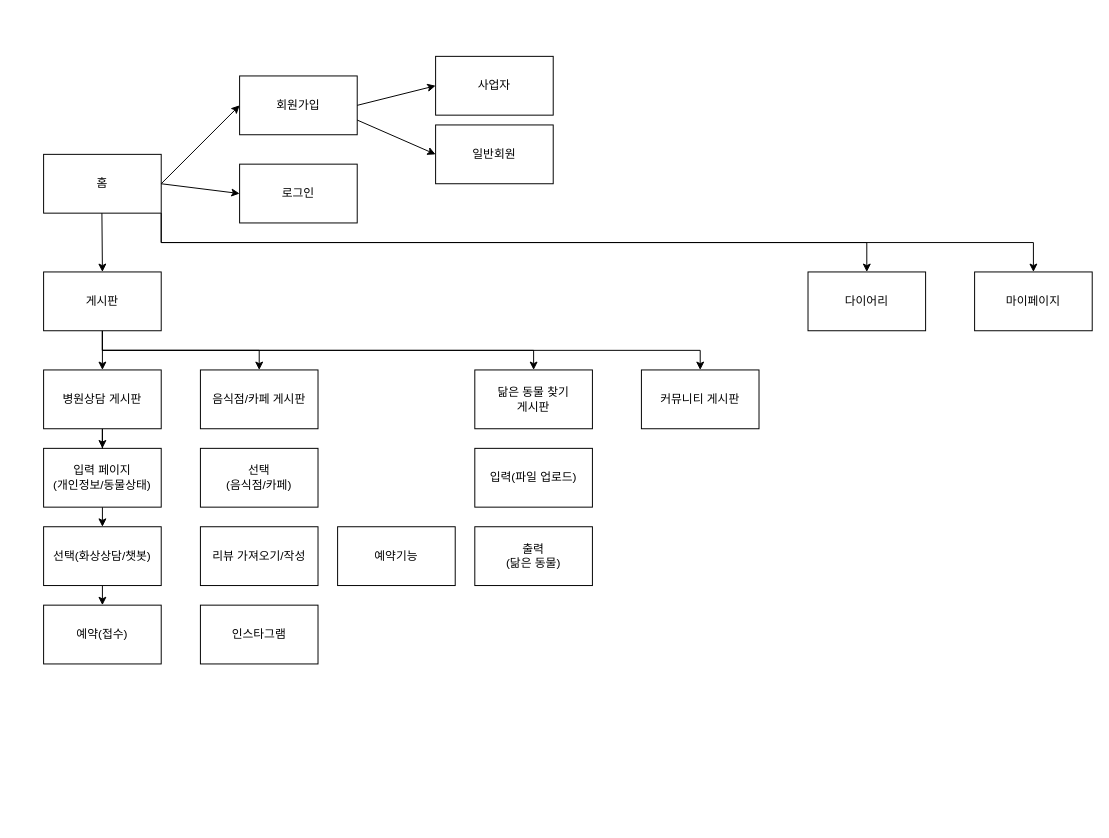
The draw.io diagram page "Page-1" (1 of 2) of Untitled Diagram.drawio in Janggeun-Lee/mygit, before the edit. Source tidied: cells renumbered, new cells numbered last; positions are measured from the earlier drawing's top-left corner, leaving out a move shared by most shapes. Both pictures are drawn from the tidied source at 98%, with x=0, y=0 at pixel (43, 56).
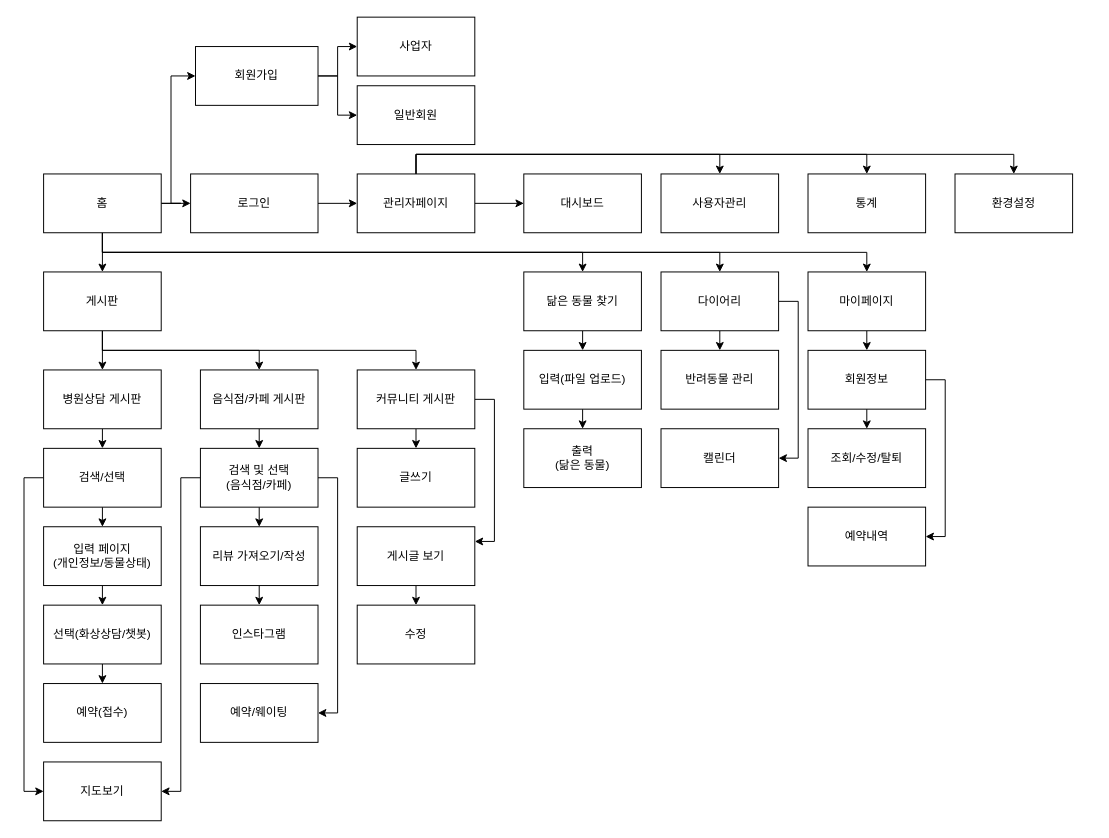
The same diagram, later.

The change refers to these unchanged cells:
```xml
<mxCell id="10" value="게시판" style="rounded=0;whiteSpace=wrap;html=1;" parent="1" vertex="1">
  <mxGeometry y="220" width="120" height="60" as="geometry" />
</mxCell>
<mxCell id="27" value="병원상담 게시판" style="rounded=0;whiteSpace=wrap;html=1;" parent="1" vertex="1">
  <mxGeometry y="320" width="120" height="60" as="geometry" />
</mxCell>
<mxCell id="29" value="인스타그램" style="rounded=0;whiteSpace=wrap;html=1;" parent="1" vertex="1">
  <mxGeometry x="160" y="560" width="120" height="60" as="geometry" />
</mxCell>
<mxCell id="30" value="리뷰 가져오기/작성" style="rounded=0;whiteSpace=wrap;html=1;" parent="1" vertex="1">
  <mxGeometry x="160" y="480" width="120" height="60" as="geometry" />
</mxCell>
<mxCell id="32" value="음식점/카페 게시판" style="rounded=0;whiteSpace=wrap;html=1;" parent="1" vertex="1">
  <mxGeometry x="160" y="320" width="120" height="60" as="geometry" />
</mxCell>
```

The edit, as a diff of the source:
```diff
@@
-    <mxCell id="2" style="edgeStyle=orthogonalEdgeStyle;rounded=0;jettySize=auto;html=1;exitX=1;exitY=1;exitDx=0;exitDy=0;" parent="1" edge="1" source="4" target="20">
+    <mxCell id="2" style="edgeStyle=orthogonalEdgeStyle;rounded=0;jettySize=auto;html=1;exitX=0.5;exitY=1;exitDx=0;exitDy=0;" parent="1" edge="1" source="4" target="20">
       <mxGeometry relative="1" as="geometry" />
     </mxCell>
-    <mxCell id="3" style="edgeStyle=orthogonalEdgeStyle;rounded=0;jettySize=auto;html=1;exitX=1;exitY=1;exitDx=0;exitDy=0;" parent="1" edge="1" source="4" target="21">
+    <mxCell id="3" style="edgeStyle=orthogonalEdgeStyle;rounded=0;jettySize=auto;html=1;exitX=0.5;exitY=1;exitDx=0;exitDy=0;" parent="1" edge="1" source="4" target="21">
       <mxGeometry relative="1" as="geometry" />
     </mxCell>
+    <mxCell id="13" style="edgeStyle=orthogonalEdgeStyle;rounded=0;jettySize=auto;html=1;exitX=1;exitY=0.5;exitDx=0;exitDy=0;" parent="1" edge="1" source="4" target="12">
+      <mxGeometry relative="1" as="geometry" />
+    </mxCell>
+    <mxCell id="38" style="edgeStyle=orthogonalEdgeStyle;rounded=0;jettySize=auto;html=1;exitX=1;exitY=0.5;exitDx=0;exitDy=0;entryX=0;entryY=0.5;entryDx=0;entryDy=0;" parent="1" edge="1" source="4" target="11">
+      <mxGeometry relative="1" as="geometry">
+        <Array as="points">
+          <mxPoint x="130" y="150" />
+          <mxPoint x="130" y="20" />
+        </Array>
+      </mxGeometry>
+    </mxCell>
+    <mxCell id="39" style="edgeStyle=orthogonalEdgeStyle;rounded=0;jettySize=auto;html=1;exitX=0.5;exitY=1;exitDx=0;exitDy=0;entryX=0.5;entryY=0;entryDx=0;entryDy=0;" parent="1" edge="1" source="4" target="10">
+      <mxGeometry relative="1" as="geometry" />
+    </mxCell>
+    <mxCell id="40" style="edgeStyle=orthogonalEdgeStyle;rounded=0;jettySize=auto;html=1;exitX=0.5;exitY=1;exitDx=0;exitDy=0;" parent="1" edge="1" source="4" target="35">
+      <mxGeometry relative="1" as="geometry" />
+    </mxCell>
     <mxCell id="4" value="홈" style="rounded=0;whiteSpace=wrap;html=1;" parent="1" vertex="1">
-      <mxGeometry y="100" width="120" height="60" as="geometry" />
+      <mxGeometry y="120" width="120" height="60" as="geometry" />
     </mxCell>
-    <mxCell id="5" style="endArrow=classic;html=1;" parent="1" edge="1">
-      <mxGeometry relative="1" as="geometry">
-        <mxPoint x="59.5" y="160" as="sourcePoint" />
-        <mxPoint x="59.5" y="220" as="targetPoint" />
-        <Array as="points">
-          <mxPoint x="60" y="220" />
-        </Array>
-      </mxGeometry>
-    </mxCell>
@@
-    <mxCell id="8" style="edgeStyle=orthogonalEdgeStyle;rounded=0;jettySize=auto;html=1;exitX=0.5;exitY=1;exitDx=0;exitDy=0;" parent="1" edge="1" source="10" target="35">
-      <mxGeometry relative="1" as="geometry" />
-    </mxCell>
-    <mxCell id="9" style="edgeStyle=orthogonalEdgeStyle;rounded=0;jettySize=auto;html=1;exitX=0.5;exitY=1;exitDx=0;exitDy=0;entryX=0.5;entryY=0;entryDx=0;entryDy=0;" parent="1" edge="1" source="10" target="37">
+    <mxCell id="9" style="edgeStyle=orthogonalEdgeStyle;rounded=0;jettySize=auto;html=1;exitX=0.5;exitY=1;exitDx=0;exitDy=0;" parent="1" edge="1" source="10" target="37">
       <mxGeometry relative="1" as="geometry" />
     </mxCell>
@@
-    <mxCell id="11" value="회원가입" style="rounded=0;whiteSpace=wrap;html=1;" parent="1" vertex="1">
-      <mxGeometry x="200" y="20" width="120" height="60" as="geometry" />
-    </mxCell>
-    <mxCell id="12" value="로그인" style="rounded=0;whiteSpace=wrap;html=1;" parent="1" vertex="1">
-      <mxGeometry x="200" y="110" width="120" height="60" as="geometry" />
-    </mxCell>
-    <mxCell id="13" style="endArrow=classic;html=1;exitX=1;exitY=0.5;exitDx=0;exitDy=0;entryX=0;entryY=0.5;entryDx=0;entryDy=0;" parent="1" edge="1" source="4" target="12">
-      <mxGeometry relative="1" as="geometry" />
-    </mxCell>
-    <mxCell id="14" style="endArrow=classic;html=1;entryX=0;entryY=0.5;entryDx=0;entryDy=0;" parent="1" edge="1" target="11">
-      <mxGeometry relative="1" as="geometry">
-        <mxPoint x="120" y="130" as="sourcePoint" />
-      </mxGeometry>
-    </mxCell>
-    <mxCell id="15" style="edgeStyle=orthogonalEdgeStyle;rounded=0;orthogonalLoop=1;jettySize=auto;html=1;exitX=0.5;exitY=1;exitDx=0;exitDy=0;" parent="1" edge="1" source="12" target="12">
-      <mxGeometry relative="1" as="geometry" />
-    </mxCell>
-    <mxCell id="16" style="endArrow=classic;html=1;exitX=1;exitY=0.5;exitDx=0;exitDy=0;entryX=0;entryY=0.5;entryDx=0;entryDy=0;" parent="1" edge="1" source="11" target="18">
+    <mxCell id="16" style="edgeStyle=orthogonalEdgeStyle;rounded=0;jettySize=auto;html=1;exitX=1;exitY=0.5;exitDx=0;exitDy=0;entryX=0;entryY=0.5;entryDx=0;entryDy=0;" parent="1" edge="1" source="11" target="18">
       <mxGeometry relative="1" as="geometry" />
     </mxCell>
-    <mxCell id="17" style="endArrow=classic;html=1;exitX=1;exitY=0.75;exitDx=0;exitDy=0;entryX=0;entryY=0.5;entryDx=0;entryDy=0;" parent="1" edge="1" source="11" target="19">
+    <mxCell id="17" style="edgeStyle=orthogonalEdgeStyle;rounded=0;jettySize=auto;html=1;exitX=1;exitY=0.5;exitDx=0;exitDy=0;entryX=0;entryY=0.5;entryDx=0;entryDy=0;" parent="1" edge="1" source="11" target="19">
       <mxGeometry relative="1" as="geometry" />
     </mxCell>
+    <mxCell id="11" value="회원가입" style="rounded=0;whiteSpace=wrap;html=1;" parent="1" vertex="1">
+      <mxGeometry x="155" y="-10" width="125" height="60" as="geometry" />
+    </mxCell>
+    <mxCell id="41" style="edgeStyle=orthogonalEdgeStyle;rounded=0;jettySize=auto;html=1;exitX=1;exitY=0.5;exitDx=0;exitDy=0;entryX=0;entryY=0.5;entryDx=0;entryDy=0;" parent="1" edge="1" source="12" target="69">
+      <mxGeometry relative="1" as="geometry" />
+    </mxCell>
+    <mxCell id="12" value="로그인" style="rounded=0;whiteSpace=wrap;html=1;" parent="1" vertex="1">
+      <mxGeometry x="150" y="120" width="130" height="60" as="geometry" />
+    </mxCell>
+    <mxCell id="15" style="edgeStyle=orthogonalEdgeStyle;rounded=0;orthogonalLoop=1;jettySize=auto;html=1;exitX=0.5;exitY=1;exitDx=0;exitDy=0;" parent="1" edge="1" source="12" target="12">
+      <mxGeometry relative="1" as="geometry" />
+    </mxCell>
     <mxCell id="18" value="사업자" style="rounded=0;whiteSpace=wrap;html=1;" parent="1" vertex="1">
-      <mxGeometry x="400" width="120" height="60" as="geometry" />
+      <mxGeometry x="320" y="-40" width="120" height="60" as="geometry" />
     </mxCell>
     <mxCell id="19" value="일반회원" style="rounded=0;whiteSpace=wrap;html=1;" parent="1" vertex="1">
-      <mxGeometry x="400" y="70" width="120" height="60" as="geometry" />
+      <mxGeometry x="320" y="30" width="120" height="60" as="geometry" />
     </mxCell>
+    <mxCell id="42" style="edgeStyle=orthogonalEdgeStyle;rounded=0;jettySize=auto;html=1;exitX=0.5;exitY=1;exitDx=0;exitDy=0;entryX=0.5;entryY=0;entryDx=0;entryDy=0;" parent="1" edge="1" source="20" target="59">
+      <mxGeometry relative="1" as="geometry" />
+    </mxCell>
+    <mxCell id="43" style="edgeStyle=orthogonalEdgeStyle;rounded=0;jettySize=auto;html=1;exitX=1;exitY=0.5;exitDx=0;exitDy=0;entryX=1;entryY=0.5;entryDx=0;entryDy=0;" parent="1" edge="1" source="20" target="74">
+      <mxGeometry relative="1" as="geometry" />
+    </mxCell>
     <mxCell id="20" value="다이어리" style="rounded=0;whiteSpace=wrap;html=1;" parent="1" vertex="1">
-      <mxGeometry x="780" y="220" width="120" height="60" as="geometry" />
+      <mxGeometry x="630" y="220" width="120" height="60" as="geometry" />
     </mxCell>
+    <mxCell id="44" style="edgeStyle=orthogonalEdgeStyle;rounded=0;jettySize=auto;html=1;exitX=0.5;exitY=1;exitDx=0;exitDy=0;entryX=0.5;entryY=0;entryDx=0;entryDy=0;" parent="1" edge="1" source="21" target="62">
+      <mxGeometry relative="1" as="geometry" />
+    </mxCell>
     <mxCell id="21" value="마이페이지" style="rounded=0;whiteSpace=wrap;html=1;" parent="1" vertex="1">
-      <mxGeometry x="950" y="220" width="120" height="60" as="geometry" />
+      <mxGeometry x="780" y="220" width="120" height="60" as="geometry" />
     </mxCell>
@@
     <mxCell id="23" value="선택(화상상담/챗봇)" style="rounded=0;whiteSpace=wrap;html=1;" parent="1" vertex="1">
-      <mxGeometry y="480" width="120" height="60" as="geometry" />
+      <mxGeometry y="560" width="120" height="60" as="geometry" />
     </mxCell>
@@
     <mxCell id="25" value="입력 페이지&lt;br&gt;(개인정보/동물상태)" style="rounded=0;whiteSpace=wrap;html=1;" parent="1" vertex="1">
-      <mxGeometry y="400" width="120" height="60" as="geometry" />
+      <mxGeometry y="480" width="120" height="60" as="geometry" />
     </mxCell>
-    <mxCell id="26" style="edgeStyle=orthogonalEdgeStyle;rounded=0;jettySize=auto;html=1;exitX=0.5;exitY=1;exitDx=0;exitDy=0;" parent="1" edge="1" source="27" target="25">
-      <mxGeometry relative="1" as="geometry" />
-    </mxCell>
+    <mxCell id="45" style="edgeStyle=orthogonalEdgeStyle;rounded=0;jettySize=auto;html=1;exitX=0.5;exitY=1;exitDx=0;exitDy=0;entryX=0.5;entryY=0;entryDx=0;entryDy=0;" parent="1" edge="1" source="27" target="77">
+      <mxGeometry relative="1" as="geometry" />
+    </mxCell>
@@
     <mxCell id="28" value="예약(접수)" style="rounded=0;whiteSpace=wrap;html=1;" parent="1" vertex="1">
-      <mxGeometry y="560" width="120" height="60" as="geometry" />
+      <mxGeometry y="640" width="120" height="60" as="geometry" />
     </mxCell>
@@
+    <mxCell id="46" style="edgeStyle=orthogonalEdgeStyle;rounded=0;jettySize=auto;html=1;exitX=0.5;exitY=1;exitDx=0;exitDy=0;entryX=0.5;entryY=0;entryDx=0;entryDy=0;" parent="1" edge="1" source="30" target="29">
+      <mxGeometry relative="1" as="geometry" />
+    </mxCell>
@@
+    <mxCell id="47" style="edgeStyle=orthogonalEdgeStyle;rounded=0;jettySize=auto;html=1;exitX=0.5;exitY=1;exitDx=0;exitDy=0;entryX=0.5;entryY=0;entryDx=0;entryDy=0;" parent="1" edge="1" source="31" target="30">
+      <mxGeometry relative="1" as="geometry" />
+    </mxCell>
+    <mxCell id="48" style="edgeStyle=orthogonalEdgeStyle;rounded=0;jettySize=auto;html=1;exitX=1;exitY=0.5;exitDx=0;exitDy=0;entryX=1;entryY=0.5;entryDx=0;entryDy=0;" parent="1" edge="1" source="31" target="36">
+      <mxGeometry relative="1" as="geometry" />
+    </mxCell>
+    <mxCell id="49" style="edgeStyle=orthogonalEdgeStyle;rounded=0;jettySize=auto;html=1;exitX=0;exitY=0.5;exitDx=0;exitDy=0;entryX=1;entryY=0.5;entryDx=0;entryDy=0;" parent="1" edge="1" source="31" target="78">
+      <mxGeometry relative="1" as="geometry" />
+    </mxCell>
-    <mxCell id="31" value="선택&lt;br&gt;(음식점/카페)" style="rounded=0;whiteSpace=wrap;html=1;" parent="1" vertex="1">
+    <mxCell id="31" value="검색 및 선택&lt;br&gt;(음식점/카페)" style="rounded=0;whiteSpace=wrap;html=1;" parent="1" vertex="1">
       <mxGeometry x="160" y="400" width="120" height="60" as="geometry" />
     </mxCell>
+    <mxCell id="50" style="edgeStyle=orthogonalEdgeStyle;rounded=0;jettySize=auto;html=1;exitX=0.5;exitY=1;exitDx=0;exitDy=0;entryX=0.5;entryY=0;entryDx=0;entryDy=0;" parent="1" edge="1" source="32" target="31">
+      <mxGeometry relative="1" as="geometry" />
+    </mxCell>
@@
     <mxCell id="33" value="출력&lt;br&gt;(닮은 동물)" style="rounded=0;whiteSpace=wrap;html=1;" parent="1" vertex="1">
-      <mxGeometry x="440" y="480" width="120" height="60" as="geometry" />
+      <mxGeometry x="490" y="380" width="120" height="60" as="geometry" />
     </mxCell>
+    <mxCell id="51" style="edgeStyle=orthogonalEdgeStyle;rounded=0;jettySize=auto;html=1;exitX=0.5;exitY=1;exitDx=0;exitDy=0;entryX=0.5;entryY=0;entryDx=0;entryDy=0;" parent="1" edge="1" source="34" target="33">
+      <mxGeometry relative="1" as="geometry" />
+    </mxCell>
     <mxCell id="34" value="입력(파일 업로드)" style="rounded=0;whiteSpace=wrap;html=1;" parent="1" vertex="1">
-      <mxGeometry x="440" y="400" width="120" height="60" as="geometry" />
+      <mxGeometry x="490" y="300" width="120" height="60" as="geometry" />
     </mxCell>
+    <mxCell id="52" style="edgeStyle=orthogonalEdgeStyle;rounded=0;jettySize=auto;html=1;exitX=0.5;exitY=1;exitDx=0;exitDy=0;entryX=0.5;entryY=0;entryDx=0;entryDy=0;" parent="1" edge="1" source="35" target="34">
+      <mxGeometry relative="1" as="geometry" />
+    </mxCell>
-    <mxCell id="35" value="닮은 동물 찾기&lt;br&gt;게시판" style="rounded=0;whiteSpace=wrap;html=1;" parent="1" vertex="1">
-      <mxGeometry x="440" y="320" width="120" height="60" as="geometry" />
+    <mxCell id="35" value="닮은 동물 찾기" style="rounded=0;whiteSpace=wrap;html=1;" parent="1" vertex="1">
+      <mxGeometry x="490" y="220" width="120" height="60" as="geometry" />
     </mxCell>
-    <mxCell id="36" value="예약기능" style="rounded=0;whiteSpace=wrap;html=1;" parent="1" vertex="1">
-      <mxGeometry x="300" y="480" width="120" height="60" as="geometry" />
+    <mxCell id="36" value="예약/웨이팅" style="rounded=0;whiteSpace=wrap;html=1;" parent="1" vertex="1">
+      <mxGeometry x="160" y="640" width="120" height="60" as="geometry" />
     </mxCell>
+    <mxCell id="53" style="edgeStyle=orthogonalEdgeStyle;rounded=0;jettySize=auto;html=1;exitX=0.5;exitY=1;exitDx=0;exitDy=0;entryX=0.5;entryY=0;entryDx=0;entryDy=0;" parent="1" edge="1" source="37" target="55">
+      <mxGeometry relative="1" as="geometry" />
+    </mxCell>
+    <mxCell id="54" style="edgeStyle=orthogonalEdgeStyle;rounded=0;jettySize=auto;html=1;exitX=1;exitY=0.5;exitDx=0;exitDy=0;entryX=1;entryY=0.25;entryDx=0;entryDy=0;" parent="1" edge="1" source="37" target="57">
+      <mxGeometry relative="1" as="geometry" />
+    </mxCell>
     <mxCell id="37" value="커뮤니티 게시판" style="rounded=0;whiteSpace=wrap;html=1;" parent="1" vertex="1">
-      <mxGeometry x="610" y="320" width="120" height="60" as="geometry" />
+      <mxGeometry x="320" y="320" width="120" height="60" as="geometry" />
     </mxCell>
+    <mxCell id="55" value="글쓰기" style="rounded=0;whiteSpace=wrap;html=1;" parent="1" vertex="1">
+      <mxGeometry x="320" y="400" width="120" height="60" as="geometry" />
+    </mxCell>
+    <mxCell id="56" style="edgeStyle=orthogonalEdgeStyle;rounded=0;jettySize=auto;html=1;exitX=0.5;exitY=1;exitDx=0;exitDy=0;entryX=0.5;entryY=0;entryDx=0;entryDy=0;" parent="1" edge="1" source="57" target="58">
+      <mxGeometry relative="1" as="geometry" />
+    </mxCell>
+    <mxCell id="57" value="게시글 보기" style="whiteSpace=wrap;html=1;" parent="1" vertex="1">
+      <mxGeometry x="320" y="480" width="120" height="60" as="geometry" />
+    </mxCell>
+    <mxCell id="58" value="수정" style="whiteSpace=wrap;html=1;" parent="1" vertex="1">
+      <mxGeometry x="320" y="560" width="120" height="60" as="geometry" />
+    </mxCell>
+    <mxCell id="59" value="반려동물 관리" style="whiteSpace=wrap;html=1;" parent="1" vertex="1">
+      <mxGeometry x="630" y="300" width="120" height="60" as="geometry" />
+    </mxCell>
+    <mxCell id="60" style="edgeStyle=orthogonalEdgeStyle;rounded=0;jettySize=auto;html=1;exitX=0.5;exitY=1;exitDx=0;exitDy=0;entryX=0.5;entryY=0;entryDx=0;entryDy=0;" parent="1" edge="1" source="62" target="63">
+      <mxGeometry relative="1" as="geometry" />
+    </mxCell>
+    <mxCell id="61" style="edgeStyle=orthogonalEdgeStyle;rounded=0;jettySize=auto;html=1;exitX=1;exitY=0.5;exitDx=0;exitDy=0;entryX=1;entryY=0.5;entryDx=0;entryDy=0;" parent="1" edge="1" source="62" target="64">
+      <mxGeometry relative="1" as="geometry" />
+    </mxCell>
+    <mxCell id="62" value="회원정보" style="whiteSpace=wrap;html=1;" parent="1" vertex="1">
+      <mxGeometry x="780" y="300" width="120" height="60" as="geometry" />
+    </mxCell>
+    <mxCell id="63" value="조회/수정/탈퇴" style="whiteSpace=wrap;html=1;" parent="1" vertex="1">
+      <mxGeometry x="780" y="380" width="120" height="60" as="geometry" />
+    </mxCell>
+    <mxCell id="64" value="예약내역" style="whiteSpace=wrap;html=1;" parent="1" vertex="1">
+      <mxGeometry x="780" y="460" width="120" height="60" as="geometry" />
+    </mxCell>
+    <mxCell id="65" style="edgeStyle=orthogonalEdgeStyle;rounded=0;jettySize=auto;html=1;exitX=1;exitY=0.5;exitDx=0;exitDy=0;entryX=0;entryY=0.5;entryDx=0;entryDy=0;" parent="1" edge="1" source="69" target="70">
+      <mxGeometry relative="1" as="geometry" />
+    </mxCell>
+    <mxCell id="66" style="edgeStyle=orthogonalEdgeStyle;rounded=0;jettySize=auto;html=1;exitX=0.5;exitY=0;exitDx=0;exitDy=0;entryX=0.5;entryY=0;entryDx=0;entryDy=0;" parent="1" edge="1" source="69" target="71">
+      <mxGeometry relative="1" as="geometry" />
+    </mxCell>
+    <mxCell id="67" style="edgeStyle=orthogonalEdgeStyle;rounded=0;jettySize=auto;html=1;exitX=0.5;exitY=0;exitDx=0;exitDy=0;entryX=0.5;entryY=0;entryDx=0;entryDy=0;" parent="1" edge="1" source="69" target="72">
+      <mxGeometry relative="1" as="geometry" />
+    </mxCell>
+    <mxCell id="68" style="edgeStyle=orthogonalEdgeStyle;rounded=0;jettySize=auto;html=1;exitX=0.5;exitY=0;exitDx=0;exitDy=0;entryX=0.5;entryY=0;entryDx=0;entryDy=0;" parent="1" edge="1" source="69" target="73">
+      <mxGeometry relative="1" as="geometry" />
+    </mxCell>
+    <mxCell id="69" value="관리자페이지" style="whiteSpace=wrap;html=1;" parent="1" vertex="1">
+      <mxGeometry x="320" y="120" width="120" height="60" as="geometry" />
+    </mxCell>
+    <mxCell id="70" value="대시보드" style="whiteSpace=wrap;html=1;" parent="1" vertex="1">
+      <mxGeometry x="490" y="120" width="120" height="60" as="geometry" />
+    </mxCell>
+    <mxCell id="71" value="사용자관리" style="whiteSpace=wrap;html=1;" parent="1" vertex="1">
+      <mxGeometry x="630" y="120" width="120" height="60" as="geometry" />
+    </mxCell>
+    <mxCell id="72" value="통계" style="whiteSpace=wrap;html=1;" parent="1" vertex="1">
+      <mxGeometry x="780" y="120" width="120" height="60" as="geometry" />
+    </mxCell>
+    <mxCell id="73" value="환경설정" style="whiteSpace=wrap;html=1;" parent="1" vertex="1">
+      <mxGeometry x="930" y="120" width="120" height="60" as="geometry" />
+    </mxCell>
+    <mxCell id="74" value="캘린더" style="whiteSpace=wrap;html=1;" parent="1" vertex="1">
+      <mxGeometry x="630" y="380" width="120" height="60" as="geometry" />
+    </mxCell>
+    <mxCell id="75" style="edgeStyle=orthogonalEdgeStyle;rounded=0;jettySize=auto;html=1;exitX=0.5;exitY=1;exitDx=0;exitDy=0;entryX=0.5;entryY=0;entryDx=0;entryDy=0;" parent="1" edge="1" source="77" target="25">
+      <mxGeometry relative="1" as="geometry" />
+    </mxCell>
+    <mxCell id="76" style="edgeStyle=orthogonalEdgeStyle;rounded=0;jettySize=auto;html=1;exitX=0;exitY=0.5;exitDx=0;exitDy=0;entryX=0;entryY=0.5;entryDx=0;entryDy=0;" parent="1" edge="1" source="77" target="78">
+      <mxGeometry relative="1" as="geometry" />
+    </mxCell>
+    <mxCell id="77" value="검색/선택" style="whiteSpace=wrap;html=1;" parent="1" vertex="1">
+      <mxGeometry y="400" width="120" height="60" as="geometry" />
+    </mxCell>
+    <mxCell id="78" value="지도보기" style="whiteSpace=wrap;html=1;" parent="1" vertex="1">
+      <mxGeometry y="720" width="120" height="60" as="geometry" />
+    </mxCell>
```
